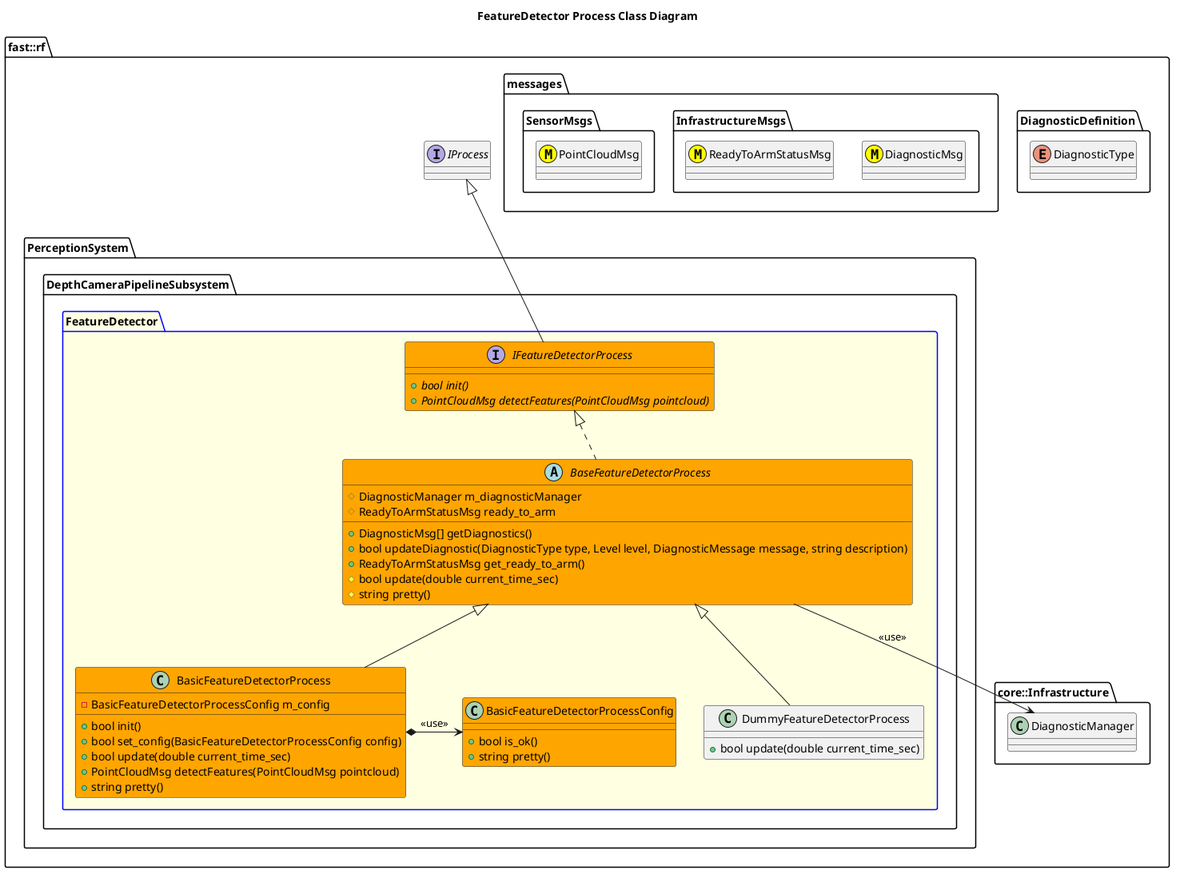
Before: Systems/Perception/Subsystems/DepthCameraPipeline/Processes/FeatureDetector/doc/puml/FeatureDetectorProcessClassDiagram.png, a diagram exported from PlantUML (fastrobotics/robot_framework).
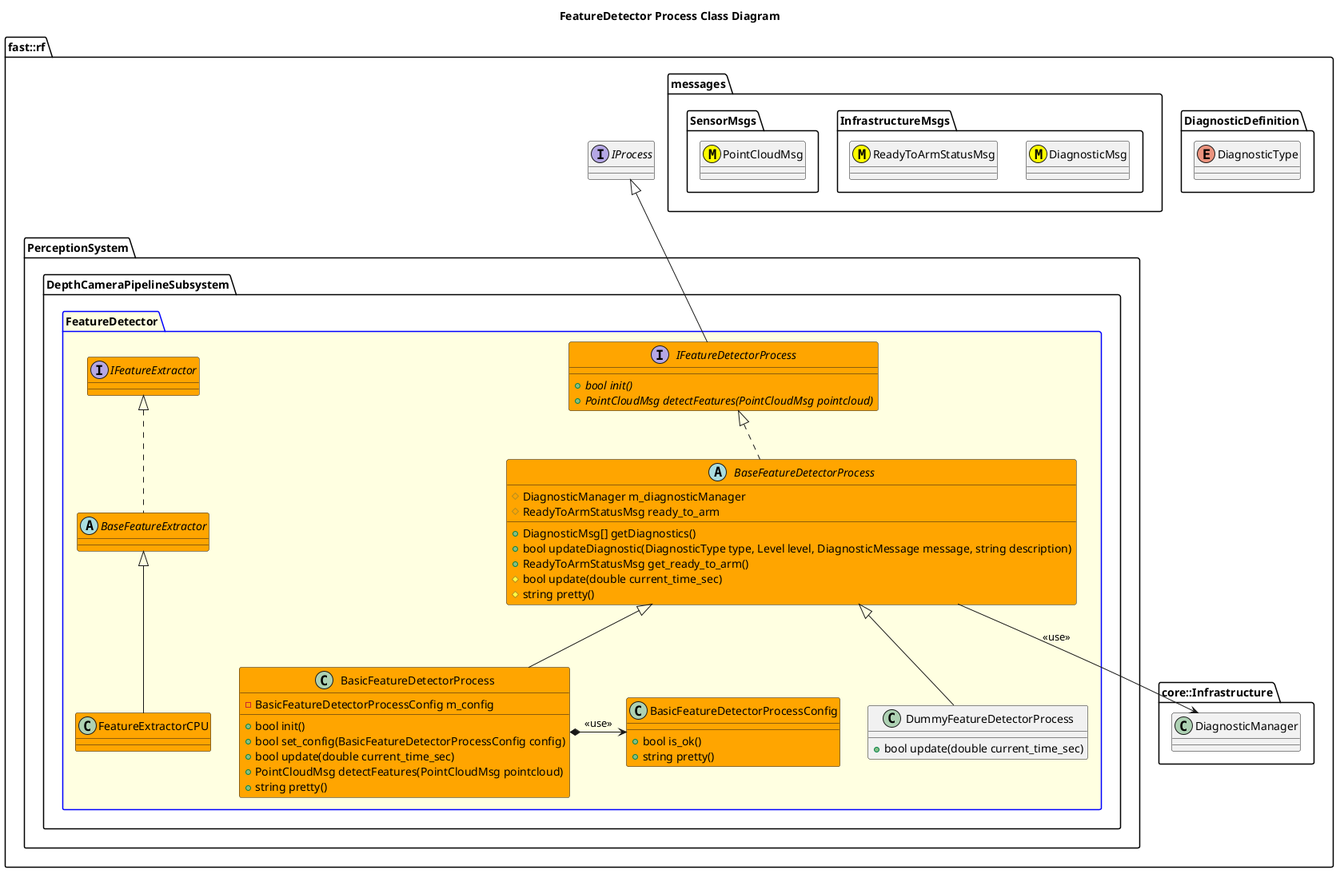
Above is the later version.

The edit, as a diff of the source:
```diff
@@ -21,7 +21,17 @@
   namespace PerceptionSystem {
     namespace DepthCameraPipelineSubsystem {
       package FeatureDetector #LightYellow;line:blue {
+        interface IFeatureExtractor #Orange {
 
+        }
+        abstract BaseFeatureExtractor #Orange {
+
+        }
+        BaseFeatureExtractor .up.|> IFeatureExtractor
+        class FeatureExtractorCPU #Orange {
+
+        }
+        FeatureExtractorCPU -up-|> BaseFeatureExtractor
         interface IFeatureDetectorProcess #Orange  {
           +{abstract} bool init()
           +{abstract} PointCloudMsg detectFeatures(PointCloudMsg pointcloud)
```
